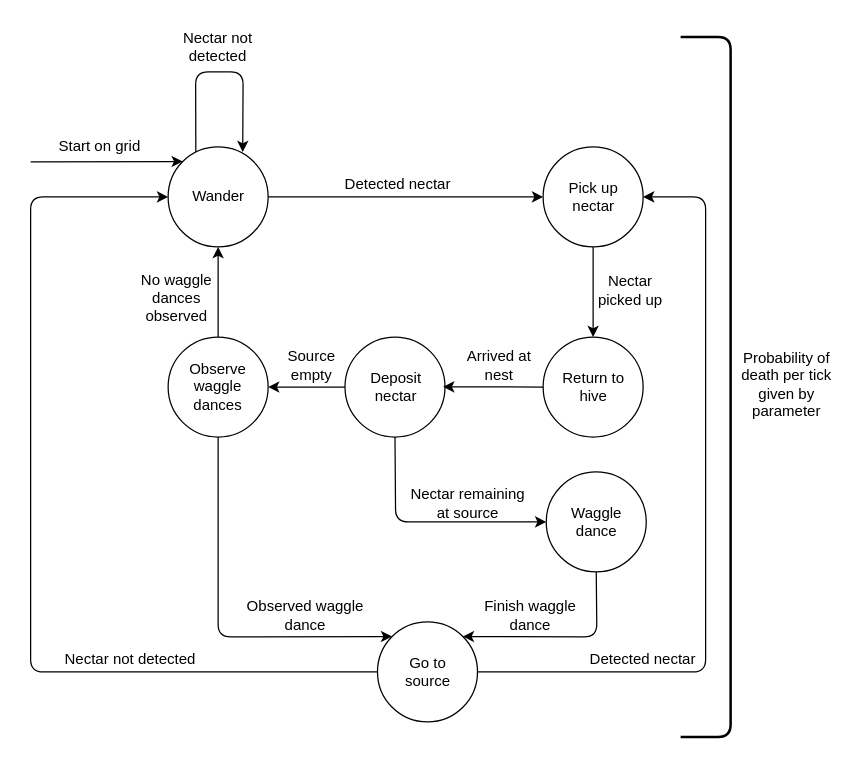
Before: Finite State Machines/Bee FSM.drawio in benwingerter/bee-simulation, a draw.io diagram. Source tidied: cells renumbered, new cells numbered last; positions are measured from the earlier drawing's top-left corner, leaving out a move shared by most shapes. Both pictures are drawn from the tidied source at 125%, with x=0, y=0 at pixel (30, 21).
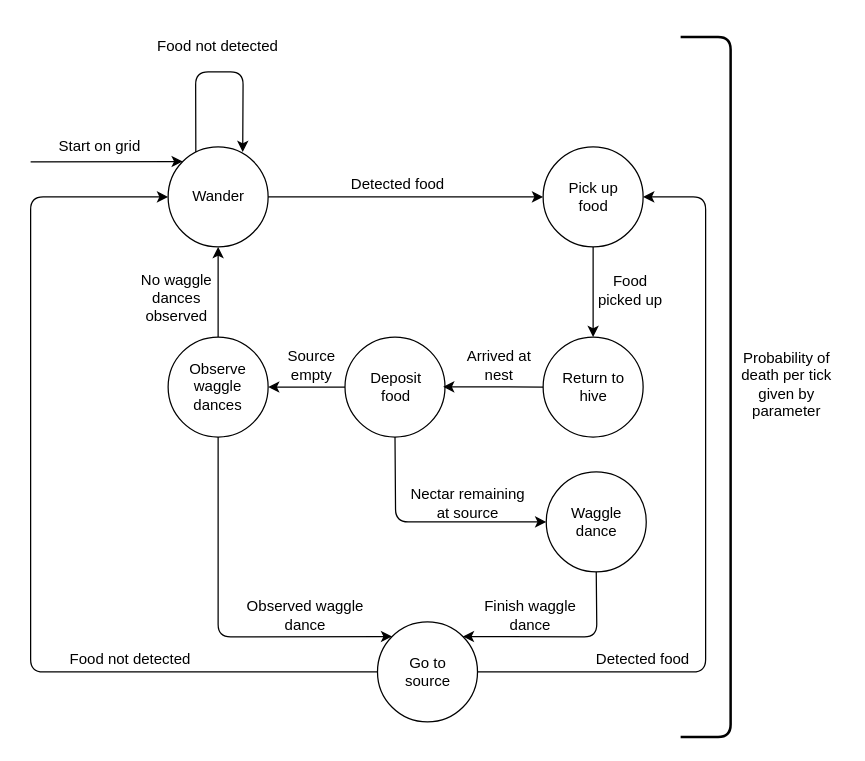
The same diagram, later.

Commit message (it also covers changes not shown here):
Use 'food' instead of 'nectar' in finite state machine files

The change refers to these unchanged cells:
```xml
<mxCell id="10" style="group;" parent="1" vertex="1">
  <mxGeometry x="251.5" y="252.1" width="85" height="80" as="geometry" />
</mxCell>
<mxCell id="28" style="group;" parent="1" vertex="1">
  <mxGeometry x="410" y="100" width="85" height="80" as="geometry" />
</mxCell>
```

The edit, as a diff of the source:
```diff
@@
-    <mxCell id="9" value="Nectar not detected" style="text;html=1;strokeColor=none;fillColor=none;align=center;verticalAlign=middle;whiteSpace=wrap;rounded=0;" parent="1" vertex="1">
+    <mxCell id="9" value="Food not detected" style="text;html=1;strokeColor=none;fillColor=none;align=center;verticalAlign=middle;whiteSpace=wrap;rounded=0;" parent="1" vertex="1">
       <mxGeometry x="100" width="100" height="40" as="geometry" />
     </mxCell>
@@
-    <mxCell id="12" value="&lt;div&gt;Deposit&lt;/div&gt;&lt;div&gt;nectar&lt;/div&gt;" style="text;html=1;align=center;verticalAlign=middle;fillColor=none;strokeColor=none;rounded=0;" parent="10" vertex="1">
-      <mxGeometry x="10" y="25" width="60" height="30" as="geometry" />
+    <mxCell id="12" value="&lt;div&gt;Deposit&lt;/div&gt;&lt;div&gt;food&lt;/div&gt;" style="text;html=1;align=center;verticalAlign=middle;fillColor=none;strokeColor=none;rounded=0;" parent="10" vertex="1">
+      <mxGeometry x="10" y="20" width="60" height="40" as="geometry" />
     </mxCell>
@@
-    <mxCell id="22" value="Detected nectar" style="text;html=1;strokeColor=none;fillColor=none;align=center;verticalAlign=middle;whiteSpace=wrap;rounded=0;" parent="1" vertex="1">
+    <mxCell id="22" value="Detected food" style="text;html=1;strokeColor=none;fillColor=none;align=center;verticalAlign=middle;whiteSpace=wrap;rounded=0;" parent="1" vertex="1">
       <mxGeometry x="440" y="500" width="100" height="20" as="geometry" />
     </mxCell>
@@
-    <mxCell id="27" value="Nectar not detected" style="text;html=1;strokeColor=none;fillColor=none;align=center;verticalAlign=middle;whiteSpace=wrap;rounded=0;" parent="1" vertex="1">
+    <mxCell id="27" value="Food not detected" style="text;html=1;strokeColor=none;fillColor=none;align=center;verticalAlign=middle;whiteSpace=wrap;rounded=0;" parent="1" vertex="1">
       <mxGeometry x="20" y="500" width="120" height="20" as="geometry" />
     </mxCell>
@@
-    <mxCell id="30" value="&lt;div&gt;Pick up&lt;/div&gt;&lt;div&gt;nectar&lt;/div&gt;" style="text;html=1;align=center;verticalAlign=middle;fillColor=none;strokeColor=none;rounded=0;" parent="28" vertex="1">
-      <mxGeometry x="10" y="25" width="60" height="30" as="geometry" />
+    <mxCell id="30" value="&lt;div&gt;Pick up&lt;/div&gt;&lt;div&gt;food&lt;/div&gt;" style="text;html=1;align=center;verticalAlign=middle;fillColor=none;strokeColor=none;rounded=0;" parent="28" vertex="1">
+      <mxGeometry x="10" y="20" width="60" height="40" as="geometry" />
     </mxCell>
@@
-    <mxCell id="32" value="Detected nectar" style="text;html=1;strokeColor=none;fillColor=none;align=center;verticalAlign=middle;whiteSpace=wrap;rounded=0;" parent="1" vertex="1">
+    <mxCell id="32" value="Detected food" style="text;html=1;strokeColor=none;fillColor=none;align=center;verticalAlign=middle;whiteSpace=wrap;rounded=0;" parent="1" vertex="1">
       <mxGeometry x="238" y="120" width="112" height="20" as="geometry" />
     </mxCell>
@@
-    <mxCell id="36" value="Nectar picked up" style="text;html=1;strokeColor=none;fillColor=none;align=center;verticalAlign=middle;whiteSpace=wrap;rounded=0;" parent="1" vertex="1">
+    <mxCell id="36" value="Food picked up" style="text;html=1;strokeColor=none;fillColor=none;align=center;verticalAlign=middle;whiteSpace=wrap;rounded=0;" parent="1" vertex="1">
       <mxGeometry x="450" y="200" width="60" height="30" as="geometry" />
     </mxCell>
```
